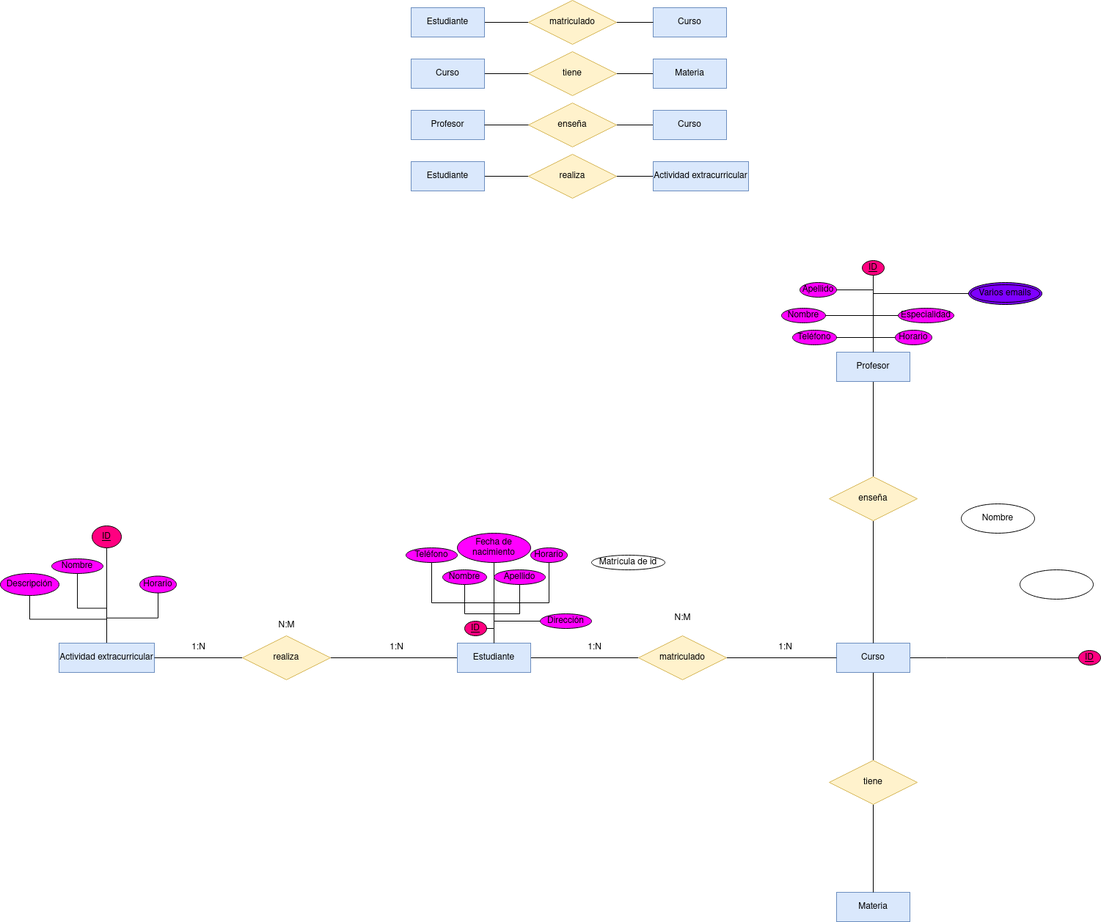
Above: Unidad-1/Tareas/Tarea_Entregable-1/Diagrama Tarea Entregable 1.drawio.png in RafaelMayor/base-datos (draw.io), before the change. Source tidied: cells renumbered, new cells last; positions are measured from the earlier drawing's top-left corner, leaving out a move shared by most shapes.
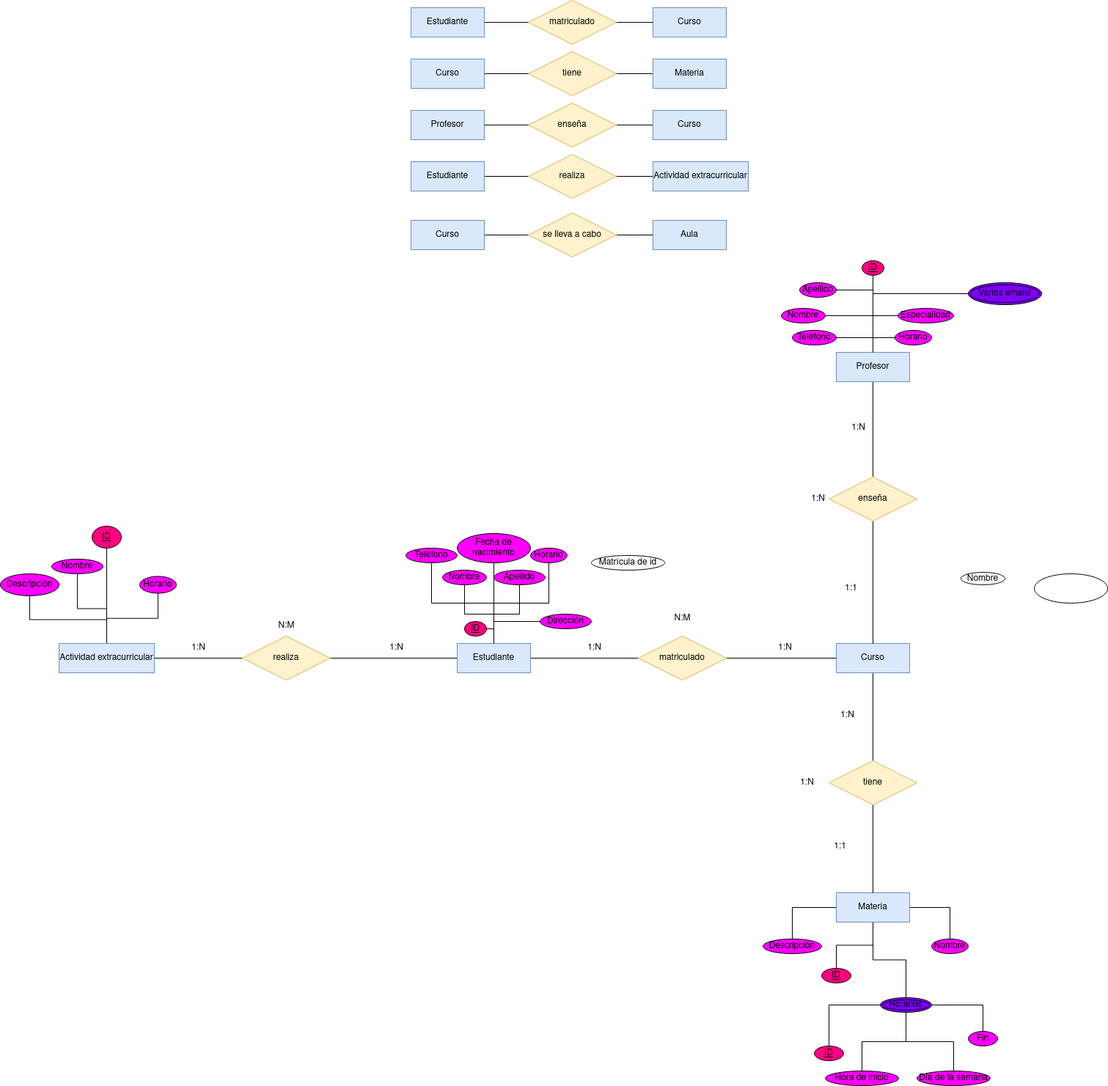
After the commit.

Diff of the diagram source:
```diff
@@ -119,22 +119,26 @@
     <mxCell id="40" style="edgeStyle=orthogonalEdgeStyle;rounded=0;jettySize=auto;html=1;entryX=0.5;entryY=0;entryDx=0;entryDy=0;endArrow=none;endFill=0;" parent="1" edge="1" source="42" target="48">
       <mxGeometry relative="1" as="geometry" />
     </mxCell>
-    <mxCell id="41" style="edgeStyle=orthogonalEdgeStyle;rounded=0;jettySize=auto;html=1;entryX=0.5;entryY=1;entryDx=0;entryDy=0;endArrow=none;endFill=0;" parent="1" edge="1" source="42" target="49">
-      <mxGeometry relative="1" as="geometry">
-        <Array as="points">
-          <mxPoint x="1290" y="897" />
-          <mxPoint x="1290" y="897" />
-        </Array>
-      </mxGeometry>
-    </mxCell>
     <mxCell id="42" value="Curso" style="whiteSpace=wrap;html=1;align=center;fillColor=#dae8fc;strokeColor=#6c8ebf;" parent="1" vertex="1">
       <mxGeometry x="1140" y="877" width="100" height="40" as="geometry" />
     </mxCell>
+    <mxCell id="87" style="edgeStyle=orthogonalEdgeStyle;rounded=0;jettySize=auto;html=1;endArrow=none;endFill=0;" parent="1" edge="1" source="43" target="97">
+      <mxGeometry relative="1" as="geometry" />
+    </mxCell>
+    <mxCell id="88" style="edgeStyle=orthogonalEdgeStyle;rounded=0;jettySize=auto;html=1;endArrow=none;endFill=0;" parent="1" edge="1" source="43" target="99">
+      <mxGeometry relative="1" as="geometry" />
+    </mxCell>
+    <mxCell id="89" style="edgeStyle=orthogonalEdgeStyle;rounded=0;jettySize=auto;html=1;entryX=0.5;entryY=0;entryDx=0;entryDy=0;endArrow=none;endFill=0;" parent="1" edge="1" source="43" target="98">
+      <mxGeometry relative="1" as="geometry" />
+    </mxCell>
+    <mxCell id="90" style="edgeStyle=orthogonalEdgeStyle;rounded=0;jettySize=auto;html=1;endArrow=none;endFill=0;" parent="1" edge="1" source="43" target="104">
+      <mxGeometry relative="1" as="geometry" />
+    </mxCell>
     <mxCell id="43" value="Materia" style="whiteSpace=wrap;html=1;align=center;fillColor=#dae8fc;strokeColor=#6c8ebf;" parent="1" vertex="1">
       <mxGeometry x="1140" y="1217" width="100" height="40" as="geometry" />
     </mxCell>
     <mxCell id="44" style="ellipse;whiteSpace=wrap;html=1;align=center;" parent="1" vertex="1">
-      <mxGeometry x="1390" y="777" width="100" height="40" as="geometry" />
+      <mxGeometry x="1410" y="782" width="100" height="40" as="geometry" />
     </mxCell>
     <mxCell id="45" style="edgeStyle=orthogonalEdgeStyle;rounded=0;jettySize=auto;html=1;entryX=0;entryY=0.5;entryDx=0;entryDy=0;endArrow=none;endFill=0;" parent="1" edge="1" source="46" target="42">
       <mxGeometry relative="1" as="geometry" />
@@ -148,11 +152,8 @@
     <mxCell id="48" value="tiene" style="shape=rhombus;perimeter=rhombusPerimeter;whiteSpace=wrap;html=1;align=center;fillColor=#fff2cc;strokeColor=#d6b656;" parent="1" vertex="1">
       <mxGeometry x="1130" y="1037" width="120" height="60" as="geometry" />
     </mxCell>
-    <mxCell id="49" value="ID" style="ellipse;whiteSpace=wrap;html=1;align=center;fontStyle=4;fillColor=#FF0080;strokeColor=#000000;" parent="1" vertex="1">
-      <mxGeometry x="1470" y="887" width="30" height="20" as="geometry" />
-    </mxCell>
     <mxCell id="50" value="Nombre" style="ellipse;whiteSpace=wrap;html=1;align=center;" parent="1" vertex="1">
-      <mxGeometry x="1310" y="687" width="100" height="40" as="geometry" />
+      <mxGeometry x="1310" y="780" width="60" height="17" as="geometry" />
     </mxCell>
     <mxCell id="51" style="edgeStyle=orthogonalEdgeStyle;rounded=0;jettySize=auto;html=1;endArrow=none;endFill=0;" parent="1" edge="1" source="59" target="61">
       <mxGeometry relative="1" as="geometry" />
@@ -291,5 +292,74 @@
     <mxCell id="86" value="N:M" style="text;html=1;align=center;verticalAlign=middle;strokeColor=none;fillColor=none;" parent="1" vertex="1">
       <mxGeometry x="905" y="828" width="50" height="30" as="geometry" />
     </mxCell>
+    <mxCell id="91" value="1:1" style="text;html=1;align=center;verticalAlign=middle;strokeColor=none;fillColor=none;" parent="1" vertex="1">
+      <mxGeometry x="1140" y="787" width="40" height="30" as="geometry" />
+    </mxCell>
+    <mxCell id="92" value="1:N" style="text;html=1;align=center;verticalAlign=middle;strokeColor=none;fillColor=none;" parent="1" vertex="1">
+      <mxGeometry x="1150" y="568" width="40" height="30" as="geometry" />
+    </mxCell>
+    <mxCell id="93" value="1:N" style="text;html=1;align=center;verticalAlign=middle;strokeColor=none;fillColor=none;" parent="1" vertex="1">
+      <mxGeometry x="1095" y="665" width="40" height="30" as="geometry" />
+    </mxCell>
+    <mxCell id="94" value="1:N" style="text;html=1;align=center;verticalAlign=middle;strokeColor=none;fillColor=none;" parent="1" vertex="1">
+      <mxGeometry x="1135" y="960" width="40" height="30" as="geometry" />
+    </mxCell>
+    <mxCell id="95" value="1:1" style="text;html=1;align=center;verticalAlign=middle;strokeColor=none;fillColor=none;" parent="1" vertex="1">
+      <mxGeometry x="1125" y="1139" width="40" height="30" as="geometry" />
+    </mxCell>
+    <mxCell id="96" value="1:N" style="text;html=1;align=center;verticalAlign=middle;strokeColor=none;fillColor=none;" parent="1" vertex="1">
+      <mxGeometry x="1080" y="1052" width="40" height="30" as="geometry" />
+    </mxCell>
+    <mxCell id="97" value="Nombre" style="ellipse;whiteSpace=wrap;html=1;align=center;fillColor=#FF00FF;" parent="1" vertex="1">
+      <mxGeometry x="1270" y="1280" width="50" height="20" as="geometry" />
+    </mxCell>
+    <mxCell id="98" value="ID" style="ellipse;whiteSpace=wrap;html=1;align=center;fontStyle=4;fillColor=#FF0080;" parent="1" vertex="1">
+      <mxGeometry x="1120" y="1320" width="40" height="20" as="geometry" />
+    </mxCell>
+    <mxCell id="99" value="Descripción" style="ellipse;whiteSpace=wrap;html=1;align=center;fillColor=#FF00FF;" parent="1" vertex="1">
+      <mxGeometry x="1040" y="1280" width="80" height="20" as="geometry" />
+    </mxCell>
+    <mxCell id="100" style="edgeStyle=orthogonalEdgeStyle;rounded=0;jettySize=auto;html=1;entryX=0.5;entryY=0;entryDx=0;entryDy=0;endArrow=none;endFill=0;" parent="1" edge="1" source="104" target="107">
+      <mxGeometry relative="1" as="geometry" />
+    </mxCell>
+    <mxCell id="101" style="edgeStyle=orthogonalEdgeStyle;rounded=0;jettySize=auto;html=1;entryX=0.5;entryY=0;entryDx=0;entryDy=0;endArrow=none;endFill=0;" parent="1" edge="1" source="104" target="105">
+      <mxGeometry relative="1" as="geometry" />
+    </mxCell>
+    <mxCell id="102" style="edgeStyle=orthogonalEdgeStyle;rounded=0;jettySize=auto;html=1;entryX=0.5;entryY=0;entryDx=0;entryDy=0;endArrow=none;endFill=0;" parent="1" edge="1" source="104" target="106">
+      <mxGeometry relative="1" as="geometry" />
+    </mxCell>
+    <mxCell id="103" style="edgeStyle=orthogonalEdgeStyle;rounded=0;jettySize=auto;html=1;entryX=0.5;entryY=0;entryDx=0;entryDy=0;endArrow=none;endFill=0;" parent="1" edge="1" source="104" target="108">
+      <mxGeometry relative="1" as="geometry" />
+    </mxCell>
+    <mxCell id="104" value="Horarios" style="ellipse;shape=doubleEllipse;margin=3;whiteSpace=wrap;html=1;align=center;fillColor=#7F00FF;" parent="1" vertex="1">
+      <mxGeometry x="1200" y="1360" width="70" height="20" as="geometry" />
+    </mxCell>
+    <mxCell id="105" value="Día de la semana" style="ellipse;whiteSpace=wrap;html=1;align=center;fillColor=#FF00FF;" parent="1" vertex="1">
+      <mxGeometry x="1250" y="1460" width="100" height="20" as="geometry" />
+    </mxCell>
+    <mxCell id="106" value="Hora de inicio" style="ellipse;whiteSpace=wrap;html=1;align=center;fillColor=#FF00FF;" parent="1" vertex="1">
+      <mxGeometry x="1125" y="1460" width="100" height="20" as="geometry" />
+    </mxCell>
+    <mxCell id="107" value="Fin" style="ellipse;whiteSpace=wrap;html=1;align=center;fillColor=#FF00FF;" parent="1" vertex="1">
+      <mxGeometry x="1320" y="1406" width="40" height="20" as="geometry" />
+    </mxCell>
+    <mxCell id="108" value="ID" style="ellipse;whiteSpace=wrap;html=1;align=center;fontStyle=4;fillColor=#FF0080;" parent="1" vertex="1">
+      <mxGeometry x="1110" y="1426" width="40" height="20" as="geometry" />
+    </mxCell>
+    <mxCell id="109" style="edgeStyle=orthogonalEdgeStyle;rounded=0;jettySize=auto;html=1;entryX=0;entryY=0.5;entryDx=0;entryDy=0;endArrow=none;endFill=0;" parent="1" edge="1" source="110" target="113">
+      <mxGeometry relative="1" as="geometry" />
+    </mxCell>
+    <mxCell id="110" value="Curso" style="whiteSpace=wrap;html=1;align=center;fillColor=#dae8fc;strokeColor=#6c8ebf;" parent="1" vertex="1">
+      <mxGeometry x="560" y="300" width="100" height="40" as="geometry" />
+    </mxCell>
+    <mxCell id="111" value="Aula" style="whiteSpace=wrap;html=1;align=center;fillColor=#dae8fc;strokeColor=#6c8ebf;" parent="1" vertex="1">
+      <mxGeometry x="890" y="300" width="100" height="40" as="geometry" />
+    </mxCell>
+    <mxCell id="112" style="edgeStyle=orthogonalEdgeStyle;rounded=0;jettySize=auto;html=1;entryX=0;entryY=0.5;entryDx=0;entryDy=0;endArrow=none;endFill=0;" parent="1" edge="1" source="113" target="111">
+      <mxGeometry relative="1" as="geometry" />
+    </mxCell>
+    <mxCell id="113" value="se lleva a cabo" style="shape=rhombus;perimeter=rhombusPerimeter;whiteSpace=wrap;html=1;align=center;fillColor=#fff2cc;strokeColor=#d6b656;" parent="1" vertex="1">
+      <mxGeometry x="720" y="290" width="120" height="60" as="geometry" />
+    </mxCell>
   </root>
 </mxGraphModel>
```
